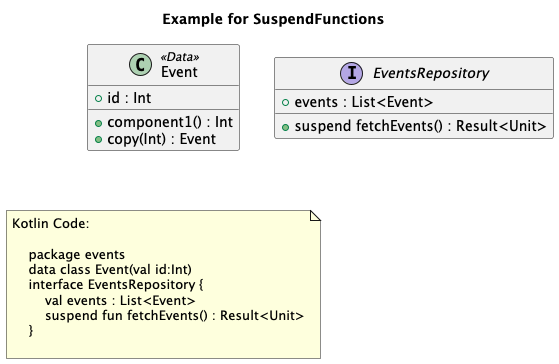
This is doc/plantuml/SuspendFunctions.png from Tosaa/ksp-plantuml, a PlantUML export, as it was before one commit. Source of this version:
```plantuml
@startuml
title Example for SuspendFunctions

    class "Event" as events_Event <<Data>>{
        + id : Int
		+ component1() : Int
		+ copy(Int) : Event
    }


    interface "EventsRepository" as events_EventsRepository {
        + events : List<Event>
		+ suspend fetchEvents() : Result<Unit>
    }





note as note_of_code
Kotlin Code:

    package events
    data class Event(val id:Int)
    interface EventsRepository {
        val events : List<Event>
        suspend fun fetchEvents() : Result<Unit>
    }

end note

@enduml
```
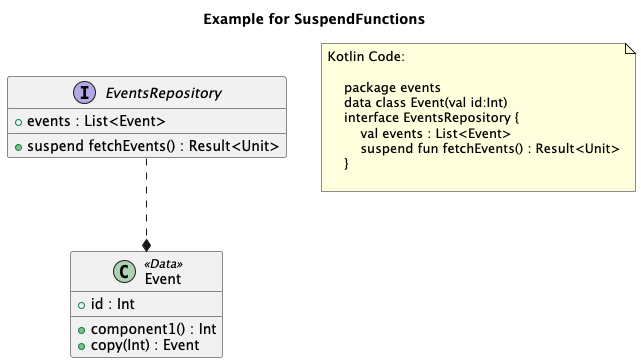
After the commit.

What changed in the source:
```diff
@@ -14,8 +14,7 @@
     }
 
 
-
-
+events_EventsRepository ..* events_Event
 
 note as note_of_code
 Kotlin Code:
```
